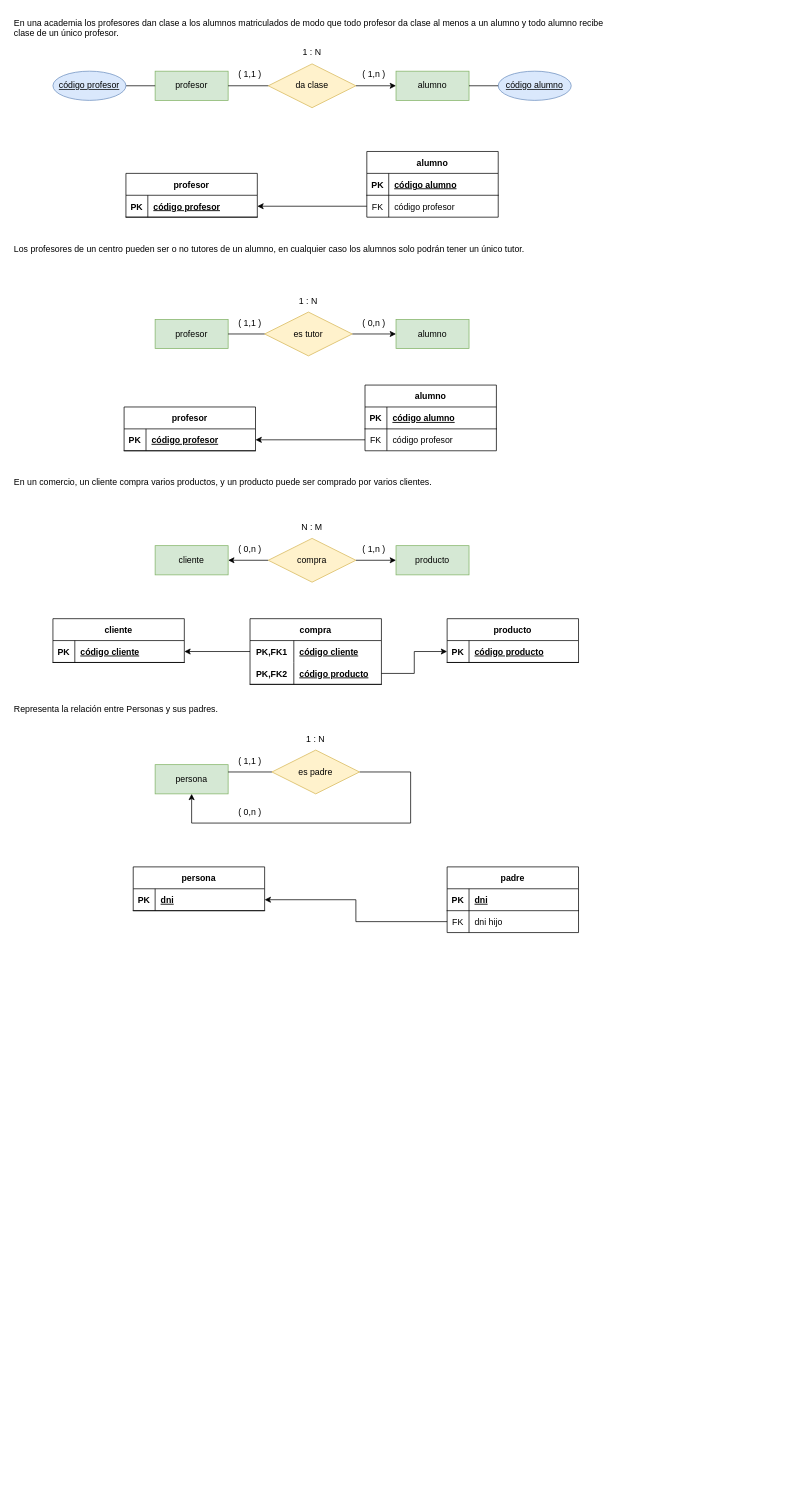
This is tareaMR/tarea1.drawio from javigh193/bae, a draw.io file, before an edit. Source tidied: cells renumbered, new cells numbered last; positions are measured from the earlier drawing's top-left corner, leaving out a move shared by most shapes. Both pictures are drawn from the tidied source at 73%, with x=0, y=0 at pixel (12, 12).
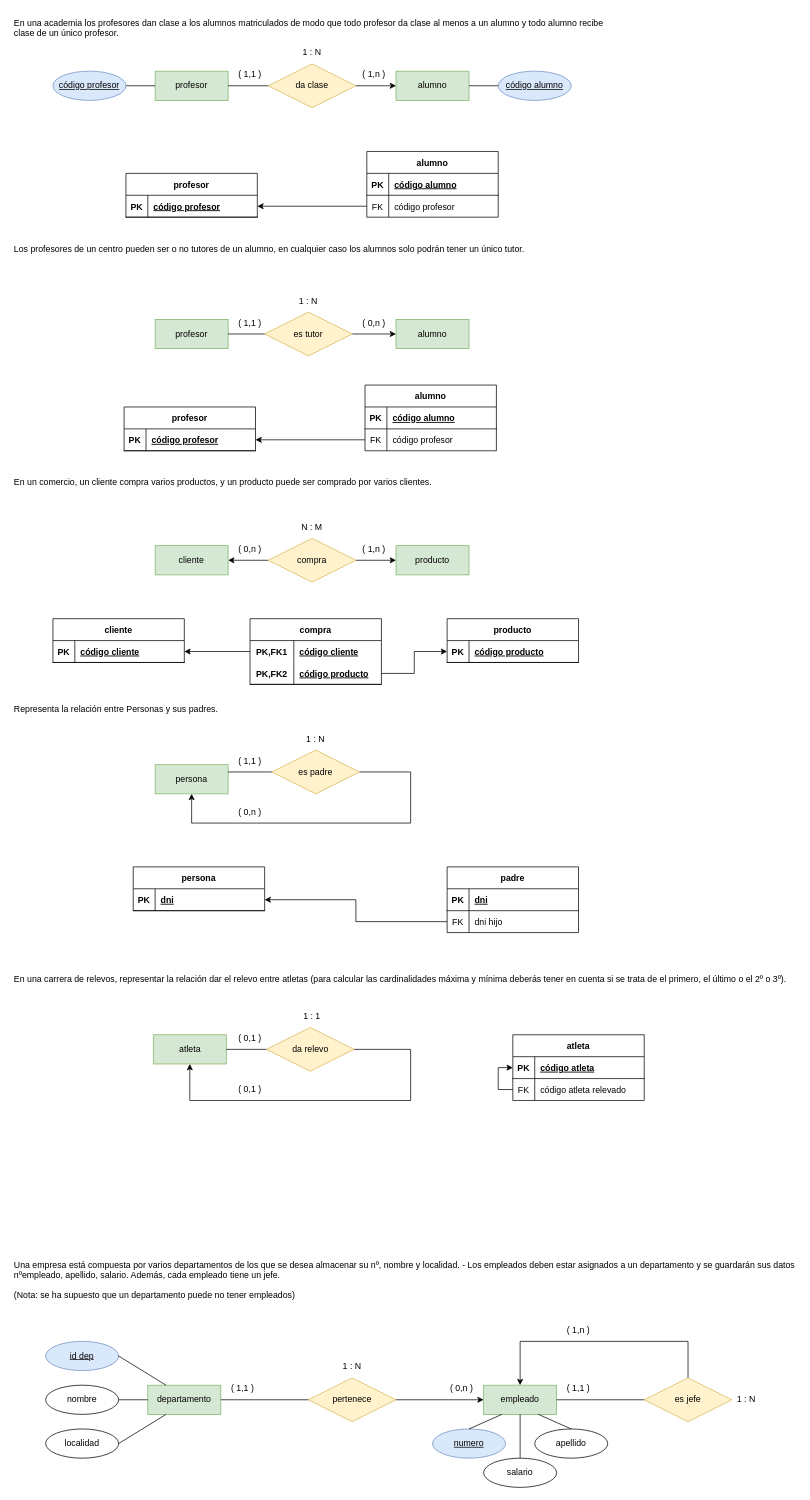
The same diagram, later.

Diff of the diagram source:
```diff
@@
+    <mxCell id="94" value="En una carrera de relevos, representar la relación dar el relevo entre atletas (para calcular las cardinalidades máxima y mínima deberás tener en cuenta si se trata de el primero, el último o el 2º o 3º)." style="text;whiteSpace=wrap;html=1;" parent="1" vertex="1">
+      <mxGeometry y="1310" width="1065" height="30" as="geometry" />
+    </mxCell>
+    <mxCell id="95" value="atleta" style="whiteSpace=wrap;html=1;align=center;fillColor=#d5e8d4;strokeColor=#82b366;" parent="1" vertex="1">
+      <mxGeometry x="192.5" y="1400" width="100" height="40" as="geometry" />
+    </mxCell>
+    <mxCell id="96" style="edgeStyle=orthogonalEdgeStyle;rounded=0;jettySize=auto;html=1;entryX=0.5;entryY=1;entryDx=0;entryDy=0;" parent="1" edge="1" source="97" target="95">
+      <mxGeometry relative="1" as="geometry">
+        <Array as="points">
+          <mxPoint x="545" y="1420" />
+          <mxPoint x="545" y="1490" />
+          <mxPoint x="243" y="1490" />
+        </Array>
+      </mxGeometry>
+    </mxCell>
+    <mxCell id="97" value="da relevo" style="shape=rhombus;perimeter=rhombusPerimeter;whiteSpace=wrap;html=1;align=center;fillColor=#fff2cc;strokeColor=#d6b656;" parent="1" vertex="1">
+      <mxGeometry x="347.5" y="1390" width="120" height="60" as="geometry" />
+    </mxCell>
+    <mxCell id="98" style="endArrow=none;html=1;rounded=0;exitX=1;exitY=0.5;exitDx=0;exitDy=0;entryX=0;entryY=0.5;entryDx=0;entryDy=0;" parent="1" edge="1" source="95" target="97">
+      <mxGeometry relative="1" as="geometry" />
+    </mxCell>
+    <mxCell id="99" value="( 0,1 )" style="text;html=1;strokeColor=none;fillColor=none;align=center;verticalAlign=middle;whiteSpace=wrap;rounded=0;" parent="1" vertex="1">
+      <mxGeometry x="295" y="1390" width="60" height="30" as="geometry" />
+    </mxCell>
+    <mxCell id="100" value="( 0,1 )" style="text;html=1;strokeColor=none;fillColor=none;align=center;verticalAlign=middle;whiteSpace=wrap;rounded=0;" parent="1" vertex="1">
+      <mxGeometry x="295" y="1460" width="60" height="30" as="geometry" />
+    </mxCell>
+    <mxCell id="101" value="1 : 1" style="text;html=1;strokeColor=none;fillColor=none;align=center;verticalAlign=middle;whiteSpace=wrap;rounded=0;" parent="1" vertex="1">
+      <mxGeometry x="380" y="1360" width="60" height="30" as="geometry" />
+    </mxCell>
+    <mxCell id="102" value="atleta" style="shape=table;startSize=30;childLayout=tableLayout;rowLines=0;fontStyle=1;align=center;" parent="1" vertex="1">
+      <mxGeometry x="685" y="1400" width="180" height="90" as="geometry" />
+    </mxCell>
+    <mxCell id="103" style="shape=tableRow;horizontal=0;startSize=0;swimlaneHead=0;swimlaneBody=0;fillColor=none;points=[[0,0.5],[1,0.5]];portConstraint=eastwest;top=0;left=0;right=0;bottom=1;" parent="102" vertex="1">
+      <mxGeometry y="30" width="180" height="30" as="geometry" />
+    </mxCell>
+    <mxCell id="104" value="PK" style="shape=partialRectangle;fillColor=none;top=0;left=0;bottom=0;right=0;fontStyle=1;overflow=hidden;" parent="103" vertex="1">
+      <mxGeometry width="30" height="30" as="geometry" />
+    </mxCell>
+    <mxCell id="105" value="código atleta" style="shape=partialRectangle;fillColor=none;top=0;left=0;bottom=0;right=0;align=left;spacingLeft=6;fontStyle=5;overflow=hidden;" parent="103" vertex="1">
+      <mxGeometry x="30" width="150" height="30" as="geometry" />
+    </mxCell>
+    <mxCell id="106" style="edgeStyle=orthogonalEdgeStyle;rounded=0;jettySize=auto;html=1;entryX=0;entryY=0.5;entryDx=0;entryDy=0;" parent="102" edge="1" source="107" target="103">
+      <mxGeometry relative="1" as="geometry" />
+    </mxCell>
+    <mxCell id="107" style="shape=tableRow;horizontal=0;startSize=0;swimlaneHead=0;swimlaneBody=0;fillColor=none;points=[[0,0.5],[1,0.5]];portConstraint=eastwest;top=0;left=0;right=0;bottom=0;" parent="102" vertex="1">
+      <mxGeometry y="60" width="180" height="30" as="geometry" />
+    </mxCell>
+    <mxCell id="108" value="FK" style="shape=partialRectangle;fillColor=none;top=0;left=0;bottom=0;right=0;overflow=hidden;" parent="107" vertex="1">
+      <mxGeometry width="30" height="30" as="geometry" />
+    </mxCell>
+    <mxCell id="109" value="código atleta relevado" style="shape=partialRectangle;fillColor=none;top=0;left=0;bottom=0;right=0;align=left;spacingLeft=6;overflow=hidden;" parent="107" vertex="1">
+      <mxGeometry x="30" width="150" height="30" as="geometry" />
+    </mxCell>
+    <mxCell id="110" value="&lt;p dir=&quot;auto&quot;&gt;Una empresa está compuesta por varios departamentos de los que se desea almacenar su nº, nombre y localidad. - Los empleados deben estar asignados a un departamento y se guardarán sus datos nºempleado, apellido, salario. Además, cada empleado tiene un jefe.&lt;/p&gt;(Nota: se ha supuesto que un departamento puede no tener empleados)" style="text;whiteSpace=wrap;html=1;" parent="1" vertex="1">
+      <mxGeometry y="1690" width="1075" height="80" as="geometry" />
+    </mxCell>
+    <mxCell id="111" value="departamento" style="whiteSpace=wrap;html=1;align=center;fillColor=#d5e8d4;strokeColor=#82b366;" parent="1" vertex="1">
+      <mxGeometry x="185" y="1880" width="100" height="40" as="geometry" />
+    </mxCell>
+    <mxCell id="112" value="empleado" style="whiteSpace=wrap;html=1;align=center;fillColor=#d5e8d4;strokeColor=#82b366;" parent="1" vertex="1">
+      <mxGeometry x="645" y="1880" width="100" height="40" as="geometry" />
+    </mxCell>
+    <mxCell id="113" style="edgeStyle=orthogonalEdgeStyle;rounded=0;jettySize=auto;html=1;entryX=0;entryY=0.5;entryDx=0;entryDy=0;" parent="1" edge="1" source="114" target="112">
+      <mxGeometry relative="1" as="geometry" />
+    </mxCell>
+    <mxCell id="114" value="pertenece" style="shape=rhombus;perimeter=rhombusPerimeter;whiteSpace=wrap;html=1;align=center;fillColor=#fff2cc;strokeColor=#d6b656;" parent="1" vertex="1">
+      <mxGeometry x="405" y="1870" width="120" height="60" as="geometry" />
+    </mxCell>
+    <mxCell id="115" style="edgeStyle=orthogonalEdgeStyle;rounded=0;jettySize=auto;html=1;entryX=0.5;entryY=0;entryDx=0;entryDy=0;" parent="1" edge="1" source="116" target="112">
+      <mxGeometry relative="1" as="geometry">
+        <Array as="points">
+          <mxPoint x="925" y="1820" />
+          <mxPoint x="695" y="1820" />
+        </Array>
+      </mxGeometry>
+    </mxCell>
+    <mxCell id="116" value="es jefe" style="shape=rhombus;perimeter=rhombusPerimeter;whiteSpace=wrap;html=1;align=center;fillColor=#fff2cc;strokeColor=#d6b656;" parent="1" vertex="1">
+      <mxGeometry x="865" y="1870" width="120" height="60" as="geometry" />
+    </mxCell>
+    <mxCell id="117" style="endArrow=none;html=1;rounded=0;exitX=1;exitY=0.5;exitDx=0;exitDy=0;entryX=0;entryY=0.5;entryDx=0;entryDy=0;" parent="1" edge="1" source="112" target="116">
+      <mxGeometry relative="1" as="geometry" />
+    </mxCell>
+    <mxCell id="118" style="endArrow=none;html=1;rounded=0;exitX=1;exitY=0.5;exitDx=0;exitDy=0;entryX=0;entryY=0.5;entryDx=0;entryDy=0;" parent="1" edge="1" source="111" target="114">
+      <mxGeometry relative="1" as="geometry" />
+    </mxCell>
+    <mxCell id="119" value="( 0,n )" style="text;html=1;strokeColor=none;fillColor=none;align=center;verticalAlign=middle;whiteSpace=wrap;rounded=0;" parent="1" vertex="1">
+      <mxGeometry x="585" y="1870" width="60" height="30" as="geometry" />
+    </mxCell>
+    <mxCell id="120" value="( 1,1 )" style="text;html=1;strokeColor=none;fillColor=none;align=center;verticalAlign=middle;whiteSpace=wrap;rounded=0;" parent="1" vertex="1">
+      <mxGeometry x="285" y="1870" width="60" height="30" as="geometry" />
+    </mxCell>
+    <mxCell id="121" value="( 1,1 )" style="text;html=1;strokeColor=none;fillColor=none;align=center;verticalAlign=middle;whiteSpace=wrap;rounded=0;" parent="1" vertex="1">
+      <mxGeometry x="745" y="1870" width="60" height="30" as="geometry" />
+    </mxCell>
+    <mxCell id="122" value="( 1,n )" style="text;html=1;strokeColor=none;fillColor=none;align=center;verticalAlign=middle;whiteSpace=wrap;rounded=0;" parent="1" vertex="1">
+      <mxGeometry x="745" y="1790" width="60" height="30" as="geometry" />
+    </mxCell>
+    <mxCell id="123" value="1 : N" style="text;html=1;strokeColor=none;fillColor=none;align=center;verticalAlign=middle;whiteSpace=wrap;rounded=0;" parent="1" vertex="1">
+      <mxGeometry x="975" y="1885" width="60" height="30" as="geometry" />
+    </mxCell>
+    <mxCell id="124" value="1 : N" style="text;html=1;strokeColor=none;fillColor=none;align=center;verticalAlign=middle;whiteSpace=wrap;rounded=0;" parent="1" vertex="1">
+      <mxGeometry x="435" y="1840" width="60" height="30" as="geometry" />
+    </mxCell>
+    <mxCell id="125" value="id dep" style="ellipse;whiteSpace=wrap;html=1;align=center;fontStyle=4;strokeColor=#6c8ebf;fillColor=#dae8fc;" parent="1" vertex="1">
+      <mxGeometry x="45" y="1820" width="100" height="40" as="geometry" />
+    </mxCell>
+    <mxCell id="126" value="apellido" style="ellipse;whiteSpace=wrap;html=1;align=center;strokeColor=#000000;" parent="1" vertex="1">
+      <mxGeometry x="715" y="1940" width="100" height="40" as="geometry" />
+    </mxCell>
+    <mxCell id="127" value="nombre" style="ellipse;whiteSpace=wrap;html=1;align=center;strokeColor=#000000;" parent="1" vertex="1">
+      <mxGeometry x="45" y="1880" width="100" height="40" as="geometry" />
+    </mxCell>
+    <mxCell id="128" value="localidad" style="ellipse;whiteSpace=wrap;html=1;align=center;strokeColor=#000000;" parent="1" vertex="1">
+      <mxGeometry x="45" y="1940" width="100" height="40" as="geometry" />
+    </mxCell>
+    <mxCell id="129" style="endArrow=none;html=1;rounded=0;exitX=1;exitY=0.5;exitDx=0;exitDy=0;entryX=0.25;entryY=0;entryDx=0;entryDy=0;" parent="1" edge="1" source="125" target="111">
+      <mxGeometry relative="1" as="geometry" />
+    </mxCell>
+    <mxCell id="130" style="endArrow=none;html=1;rounded=0;exitX=1;exitY=0.5;exitDx=0;exitDy=0;entryX=0.25;entryY=1;entryDx=0;entryDy=0;" parent="1" edge="1" source="128" target="111">
+      <mxGeometry relative="1" as="geometry" />
+    </mxCell>
+    <mxCell id="131" style="endArrow=none;html=1;rounded=0;exitX=1;exitY=0.5;exitDx=0;exitDy=0;entryX=0;entryY=0.5;entryDx=0;entryDy=0;" parent="1" edge="1" source="127" target="111">
+      <mxGeometry relative="1" as="geometry" />
+    </mxCell>
+    <mxCell id="132" value="numero" style="ellipse;whiteSpace=wrap;html=1;align=center;fontStyle=4;strokeColor=#6c8ebf;fillColor=#dae8fc;" parent="1" vertex="1">
+      <mxGeometry x="575" y="1940" width="100" height="40" as="geometry" />
+    </mxCell>
+    <mxCell id="133" value="salario" style="ellipse;whiteSpace=wrap;html=1;align=center;strokeColor=#000000;" parent="1" vertex="1">
+      <mxGeometry x="645" y="1980" width="100" height="40" as="geometry" />
+    </mxCell>
+    <mxCell id="134" style="endArrow=none;html=1;rounded=0;exitX=0.75;exitY=1;exitDx=0;exitDy=0;" parent="1" edge="1" source="112">
+      <mxGeometry relative="1" as="geometry">
+        <mxPoint x="765" y="1940" as="targetPoint" />
+      </mxGeometry>
+    </mxCell>
+    <mxCell id="135" style="endArrow=none;html=1;rounded=0;exitX=0.25;exitY=1;exitDx=0;exitDy=0;entryX=0.5;entryY=0;entryDx=0;entryDy=0;" parent="1" edge="1" source="112" target="132">
+      <mxGeometry relative="1" as="geometry" />
+    </mxCell>
+    <mxCell id="136" style="endArrow=none;html=1;rounded=0;exitX=0.5;exitY=1;exitDx=0;exitDy=0;entryX=0.5;entryY=0;entryDx=0;entryDy=0;" parent="1" edge="1" source="112" target="133">
+      <mxGeometry relative="1" as="geometry" />
+    </mxCell>
```
